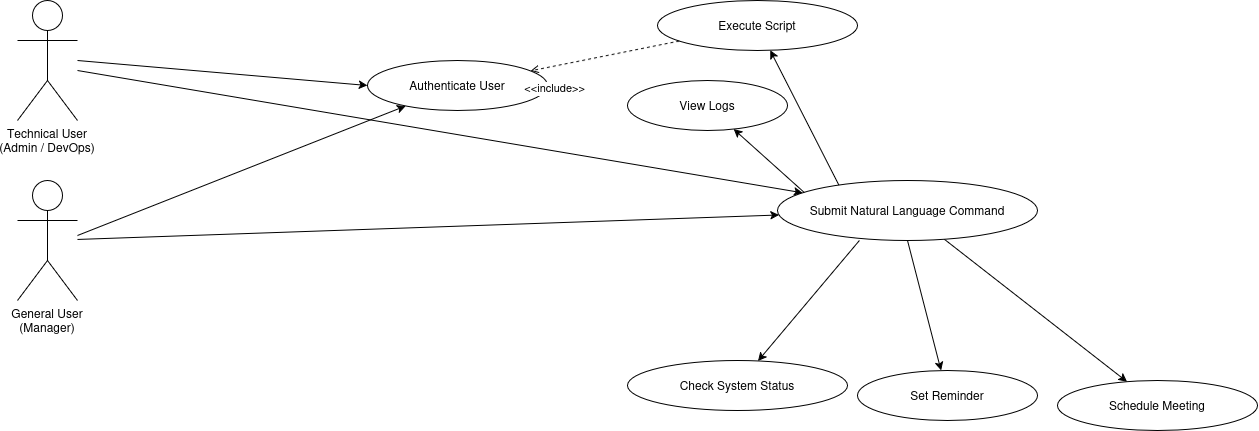
The draw.io diagram 2_UML/uml_diagram.png in iampruh887/CS331, before a commit. Source tidied: cells renumbered, new cells last; positions are measured from the earlier drawing's top-left corner, leaving out a move shared by most shapes.
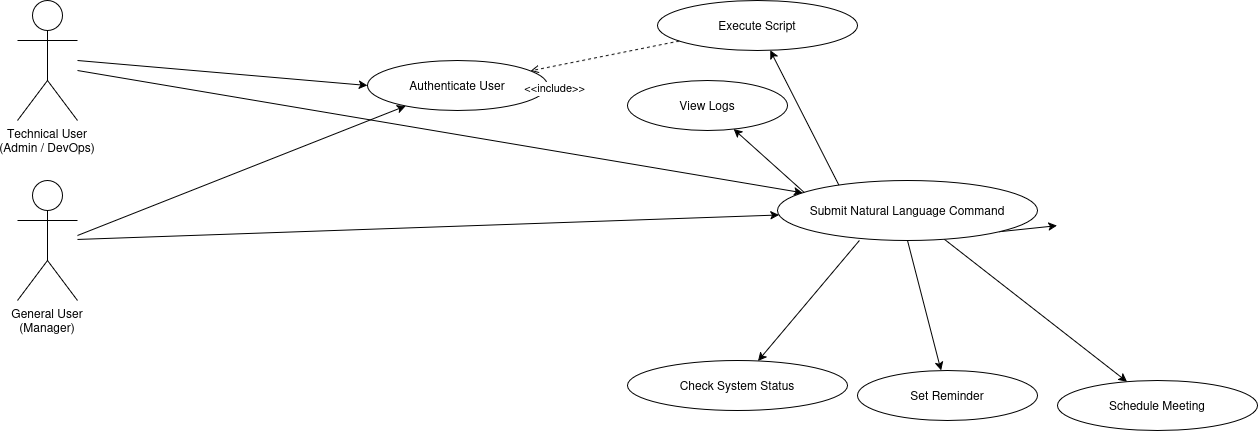
Above is the later version.

Change to the diagram source:
```diff
@@ -29,6 +29,11 @@
     <mxCell id="8" style="exitX=0.335;exitY=0.917;exitDx=0;exitDy=0;exitPerimeter=0;" parent="1" edge="1" source="14" target="15">
       <mxGeometry relative="1" as="geometry" />
     </mxCell>
+    <mxCell id="21" style="exitX=1;exitY=1;exitDx=0;exitDy=0;" parent="1" edge="1" source="14">
+      <mxGeometry relative="1" as="geometry">
+        <mxPoint x="1039.5" y="225.2" as="targetPoint" />
+      </mxGeometry>
+    </mxCell>
     <mxCell id="9" style="exitX=0.296;exitY=0.95;exitDx=0;exitDy=0;exitPerimeter=0;" parent="1" edge="1" source="14" target="16">
       <mxGeometry relative="1" as="geometry" />
     </mxCell>
```
